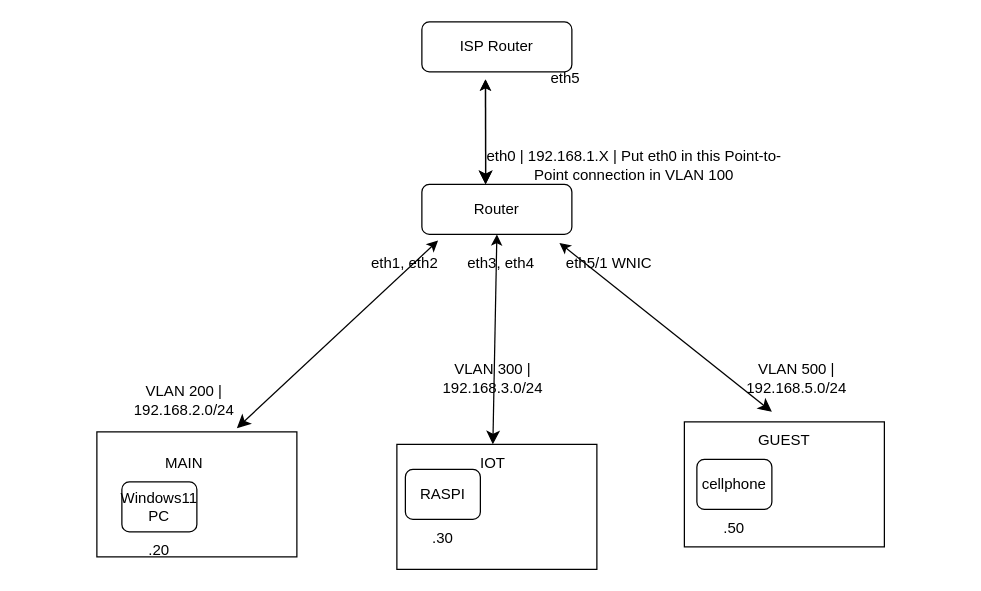
Before: network-config.drawio in akademsubotnik/network-config, a draw.io diagram. Source tidied: cells renumbered, new cells numbered last; positions are measured from the earlier drawing's top-left corner, leaving out a move shared by most shapes. Both pictures are drawn from the tidied source at 125%, with x=0, y=0 at pixel (96, 21).
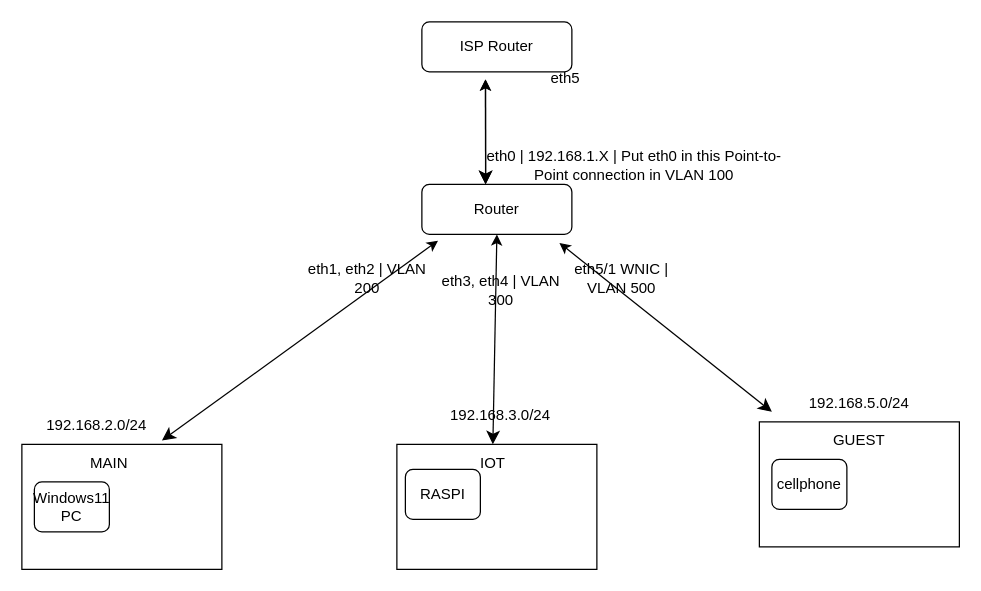
After the change.

The edit, as a diff of the source:
```diff
@@
     <mxCell id="2" style="rounded=0;whiteSpace=wrap;html=1;" parent="1" vertex="1">
-      <mxGeometry y="328" width="160" height="100" as="geometry" />
+      <mxGeometry x="-60" y="338" width="160" height="100" as="geometry" />
     </mxCell>
@@
     <mxCell id="8" value="Windows11 PC" style="rounded=1;whiteSpace=wrap;html=1;fontSize=12;glass=0;strokeWidth=1;shadow=0;" parent="1" vertex="1">
-      <mxGeometry x="20" y="368" width="60" height="40" as="geometry" />
+      <mxGeometry x="-50" y="368" width="60" height="40" as="geometry" />
     </mxCell>
-    <mxCell id="9" value="VLAN 200 | 192.168.2.0/24" style="text;html=1;align=center;verticalAlign=middle;whiteSpace=wrap;rounded=0;" parent="1" vertex="1">
-      <mxGeometry x="10" y="288" width="120" height="30" as="geometry" />
+    <mxCell id="9" value="192.168.2.0/24" style="text;html=1;align=center;verticalAlign=middle;whiteSpace=wrap;rounded=0;" parent="1" vertex="1">
+      <mxGeometry x="-60" y="308" width="120" height="30" as="geometry" />
     </mxCell>
     <mxCell id="10" value="MAIN" style="text;html=1;align=center;verticalAlign=middle;whiteSpace=wrap;rounded=0;" parent="1" vertex="1">
-      <mxGeometry x="40" y="338" width="60" height="30" as="geometry" />
+      <mxGeometry x="-20" y="338" width="60" height="30" as="geometry" />
     </mxCell>
-    <mxCell id="11" value=".20" style="text;html=1;align=center;verticalAlign=middle;whiteSpace=wrap;rounded=0;" parent="1" vertex="1">
-      <mxGeometry x="20" y="408" width="60" height="30" as="geometry" />
-    </mxCell>
@@
-    <mxCell id="16" value="VLAN 300 | 192.168.3.0/24" style="text;html=1;align=center;verticalAlign=middle;whiteSpace=wrap;rounded=0;" parent="1" vertex="1">
-      <mxGeometry x="256.8" y="270" width="120" height="30" as="geometry" />
+    <mxCell id="16" value="192.168.3.0/24" style="text;html=1;align=center;verticalAlign=middle;whiteSpace=wrap;rounded=0;" parent="1" vertex="1">
+      <mxGeometry x="263.4" y="300" width="120" height="30" as="geometry" />
     </mxCell>
@@
-    <mxCell id="18" value=".30" style="text;html=1;align=center;verticalAlign=middle;whiteSpace=wrap;rounded=0;" parent="1" vertex="1">
-      <mxGeometry x="246.8" y="398" width="60" height="30" as="geometry" />
-    </mxCell>
     <mxCell id="19" style="rounded=0;whiteSpace=wrap;html=1;" parent="1" vertex="1">
-      <mxGeometry x="470" y="320" width="160" height="100" as="geometry" />
+      <mxGeometry x="530" y="320" width="160" height="100" as="geometry" />
     </mxCell>
     <mxCell id="20" value="cellphone" style="rounded=1;whiteSpace=wrap;html=1;fontSize=12;glass=0;strokeWidth=1;shadow=0;" parent="1" vertex="1">
-      <mxGeometry x="480" y="350" width="60" height="40" as="geometry" />
+      <mxGeometry x="540" y="350" width="60" height="40" as="geometry" />
     </mxCell>
-    <mxCell id="21" value="VLAN 500 | 192.168.5.0/24" style="text;html=1;align=center;verticalAlign=middle;whiteSpace=wrap;rounded=0;" parent="1" vertex="1">
-      <mxGeometry x="500" y="270" width="120" height="30" as="geometry" />
+    <mxCell id="21" value="192.168.5.0/24" style="text;html=1;align=center;verticalAlign=middle;whiteSpace=wrap;rounded=0;" parent="1" vertex="1">
+      <mxGeometry x="550" y="290" width="120" height="30" as="geometry" />
     </mxCell>
     <mxCell id="22" value="GUEST" style="text;html=1;align=center;verticalAlign=middle;whiteSpace=wrap;rounded=0;" parent="1" vertex="1">
-      <mxGeometry x="520" y="320" width="60" height="30" as="geometry" />
+      <mxGeometry x="580" y="320" width="60" height="30" as="geometry" />
     </mxCell>
-    <mxCell id="23" value=".50" style="text;html=1;align=center;verticalAlign=middle;whiteSpace=wrap;rounded=0;" parent="1" vertex="1">
-      <mxGeometry x="480" y="390" width="60" height="30" as="geometry" />
-    </mxCell>
@@
-    <mxCell id="26" value="eth5/1 WNIC" style="text;html=1;align=center;verticalAlign=middle;whiteSpace=wrap;rounded=0;" parent="1" vertex="1">
-      <mxGeometry x="370" y="178" width="80" height="30" as="geometry" />
+    <mxCell id="26" value="eth5/1 WNIC | VLAN 500" style="text;html=1;align=center;verticalAlign=middle;whiteSpace=wrap;rounded=0;" parent="1" vertex="1">
+      <mxGeometry x="380" y="190" width="80" height="30" as="geometry" />
     </mxCell>
-    <mxCell id="27" value="eth1, eth2" style="text;html=1;align=center;verticalAlign=middle;whiteSpace=wrap;rounded=0;" parent="1" vertex="1">
-      <mxGeometry x="190" y="178" width="113.2" height="30" as="geometry" />
+    <mxCell id="27" value="eth1, eth2 | VLAN 200" style="text;html=1;align=center;verticalAlign=middle;whiteSpace=wrap;rounded=0;" parent="1" vertex="1">
+      <mxGeometry x="160" y="190" width="113.2" height="30" as="geometry" />
     </mxCell>
-    <mxCell id="28" value="eth3, eth4" style="text;html=1;align=center;verticalAlign=middle;whiteSpace=wrap;rounded=0;" parent="1" vertex="1">
-      <mxGeometry x="266.8" y="178" width="113.2" height="30" as="geometry" />
+    <mxCell id="28" value="eth3, eth4 | VLAN 300" style="text;html=1;align=center;verticalAlign=middle;whiteSpace=wrap;rounded=0;" parent="1" vertex="1">
+      <mxGeometry x="266.8" y="200" width="113.2" height="30" as="geometry" />
     </mxCell>
```
